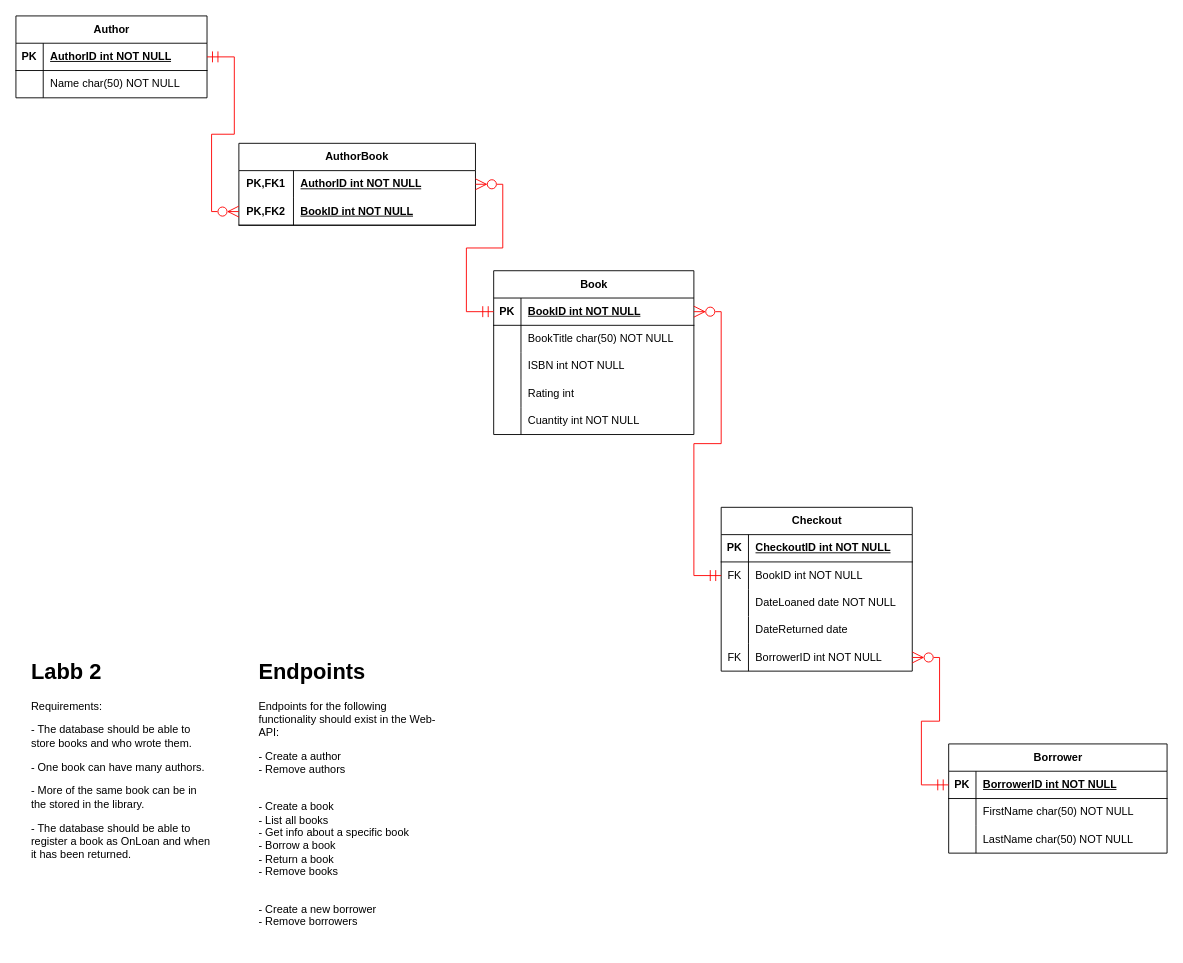
Above: LibraryER.drawio in Farahalh/LibraryWebApplication (draw.io), before the change. Source tidied: cells renumbered, new cells numbered last; positions are measured from the earlier drawing's top-left corner, leaving out a move shared by most shapes. Both pictures are drawn from the tidied source at 91%, with x=0, y=0 at pixel (15, 15).
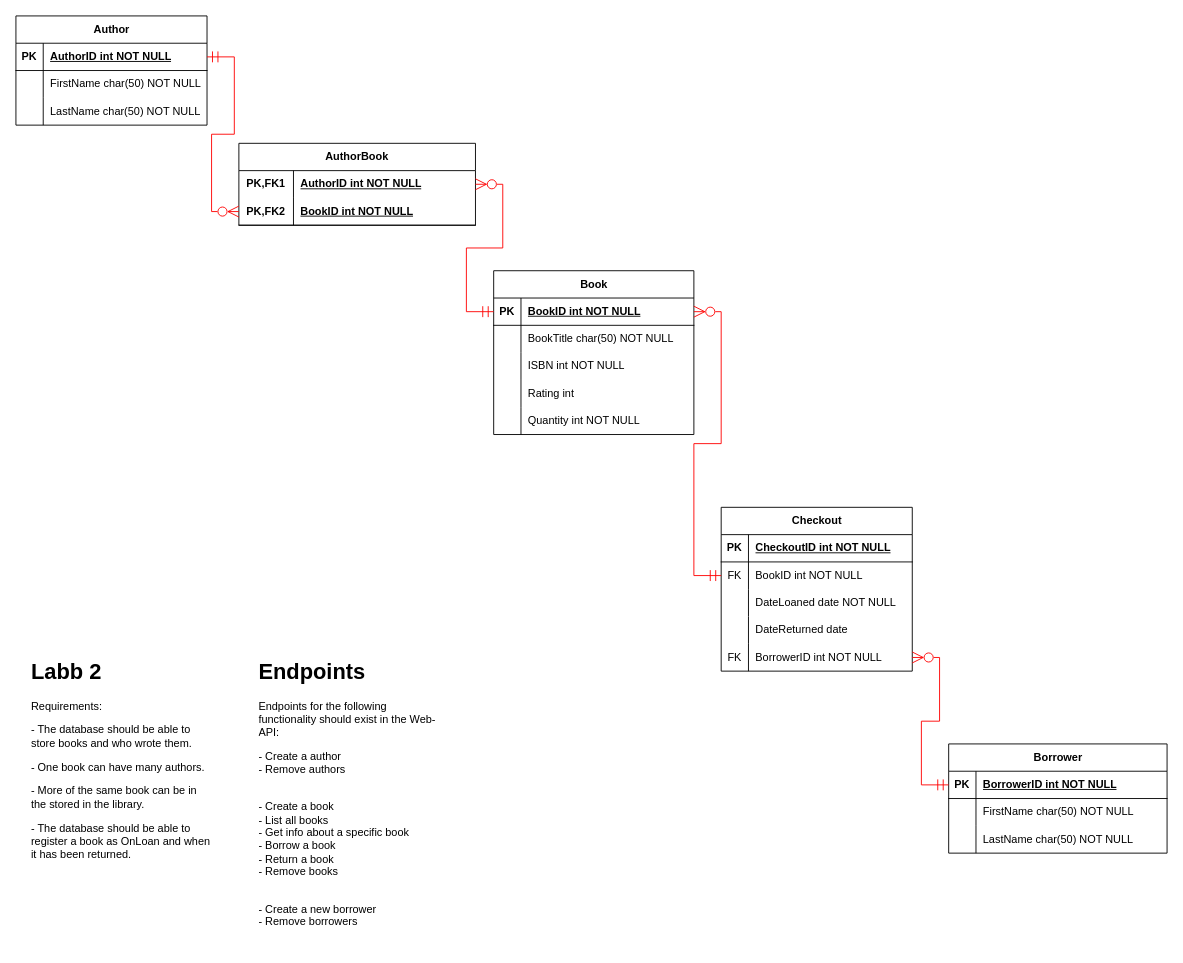
After the change.

The change refers to these unchanged cells:
```xml
<mxCell id="8" style="shape=tableRow;horizontal=0;startSize=0;swimlaneHead=0;swimlaneBody=0;fillColor=none;top=0;left=0;right=0;bottom=0;" parent="4" vertex="1">
  <mxGeometry y="60" width="210" height="30" as="geometry" />
</mxCell>
<mxCell id="24" style="shape=tableRow;horizontal=0;startSize=0;swimlaneHead=0;swimlaneBody=0;fillColor=none;top=0;left=0;right=0;bottom=0;" parent="11" vertex="1">
  <mxGeometry y="150" width="220" height="30" as="geometry" />
</mxCell>
```

The edit, as a diff of the source:
```diff
@@
     <mxCell id="4" value="Author" style="shape=table;startSize=30;childLayout=tableLayout;rowLines=0;fontStyle=1;align=center;html=1;" parent="1" vertex="1">
-      <mxGeometry width="210" height="90" as="geometry" />
+      <mxGeometry width="210" height="120" as="geometry" />
     </mxCell>
@@
-    <mxCell id="10" value="Name char(50) NOT NULL" style="shape=partialRectangle;fillColor=none;top=0;left=0;bottom=0;right=0;align=left;spacingLeft=6;overflow=hidden;whiteSpace=wrap;html=1;" parent="8" vertex="1">
+    <mxCell id="10" value="FirstName char(50) NOT NULL" style="shape=partialRectangle;fillColor=none;top=0;left=0;bottom=0;right=0;align=left;spacingLeft=6;overflow=hidden;whiteSpace=wrap;html=1;" parent="8" vertex="1">
       <mxGeometry x="30" width="180" height="30" as="geometry" />
     </mxCell>
+    <mxCell id="64" style="shape=tableRow;horizontal=0;startSize=0;swimlaneHead=0;swimlaneBody=0;fillColor=none;top=0;left=0;right=0;bottom=0;" parent="4" vertex="1">
+      <mxGeometry y="90" width="210" height="30" as="geometry" />
+    </mxCell>
+    <mxCell id="65" style="shape=partialRectangle;fillColor=none;top=0;left=0;bottom=0;right=0;overflow=hidden;whiteSpace=wrap;html=1;" parent="64" vertex="1">
+      <mxGeometry width="30" height="30" as="geometry" />
+    </mxCell>
+    <mxCell id="66" value="LastName char(50) NOT NULL" style="shape=partialRectangle;fillColor=none;top=0;left=0;bottom=0;right=0;align=left;spacingLeft=6;overflow=hidden;whiteSpace=wrap;html=1;" parent="64" vertex="1">
+      <mxGeometry x="30" width="180" height="30" as="geometry" />
+    </mxCell>
@@
-    <mxCell id="26" value="Cuantity int NOT NULL" style="shape=partialRectangle;fillColor=none;top=0;left=0;bottom=0;right=0;align=left;spacingLeft=6;overflow=hidden;whiteSpace=wrap;html=1;" parent="24" vertex="1">
+    <mxCell id="26" value="Quantity int NOT NULL" style="shape=partialRectangle;fillColor=none;top=0;left=0;bottom=0;right=0;align=left;spacingLeft=6;overflow=hidden;whiteSpace=wrap;html=1;" parent="24" vertex="1">
       <mxGeometry x="30" width="190" height="30" as="geometry" />
     </mxCell>
```
